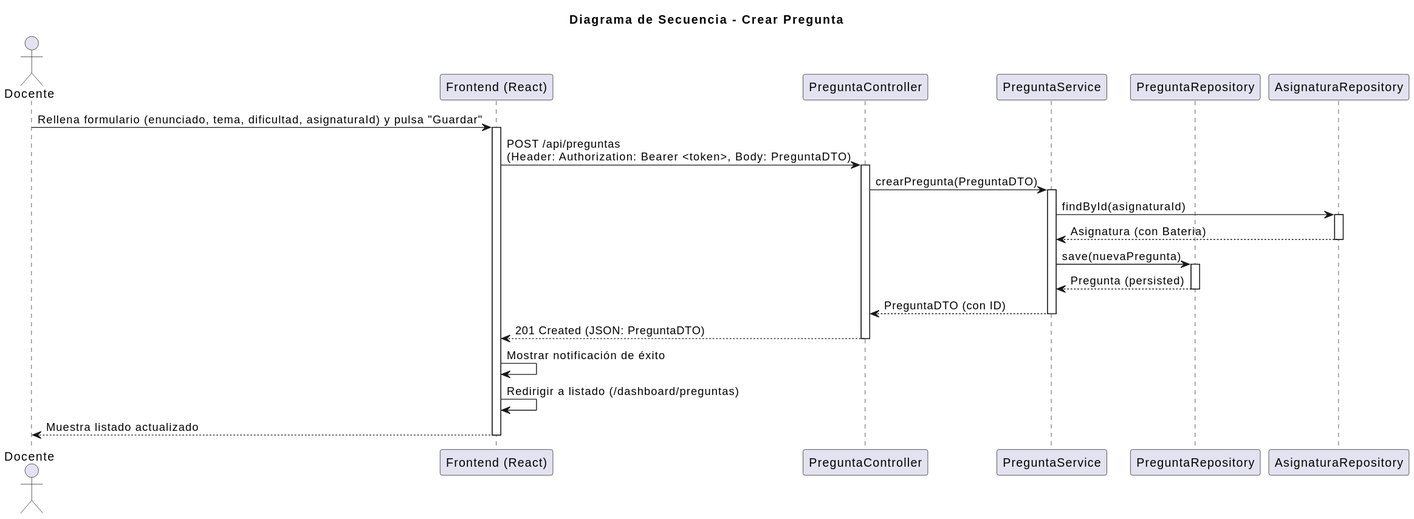
Pareyor/25-26-idsw2-sdVC keeps this PlantUML diagram as images/diseño/crearPregunta/crearPregunta.svg. Above is the earlier version. The source it was exported from:
```plantuml
@startuml
title Diagrama de Secuencia - Crear Pregunta

actor "Docente" as Actor
participant "Frontend (React)" as FE
participant "PreguntaController" as Controller
participant "PreguntaService" as Service
participant "PreguntaRepository" as Repo
participant "AsignaturaRepository" as AsignaturaRepo

Actor -> FE: Rellena formulario (enunciado, tema, dificultad, asignaturaId) y pulsa "Guardar"
activate FE

FE -> Controller: POST /api/preguntas\n(Header: Authorization: Bearer <token>, Body: PreguntaDTO)
activate Controller

Controller -> Service: crearPregunta(PreguntaDTO)
activate Service

Service -> AsignaturaRepo: findById(asignaturaId)
activate AsignaturaRepo
AsignaturaRepo --> Service: Asignatura (con Bateria)
deactivate AsignaturaRepo

Service -> Repo: save(nuevaPregunta)
activate Repo
Repo --> Service: Pregunta (persisted)
deactivate Repo

Service --> Controller: PreguntaDTO (con ID)
deactivate Service

Controller --> FE: 201 Created (JSON: PreguntaDTO)
deactivate Controller

FE -> FE: Mostrar notificación de éxito
FE -> FE: Redirigir a listado (/dashboard/preguntas)
FE --> Actor: Muestra listado actualizado
deactivate FE
@enduml
```
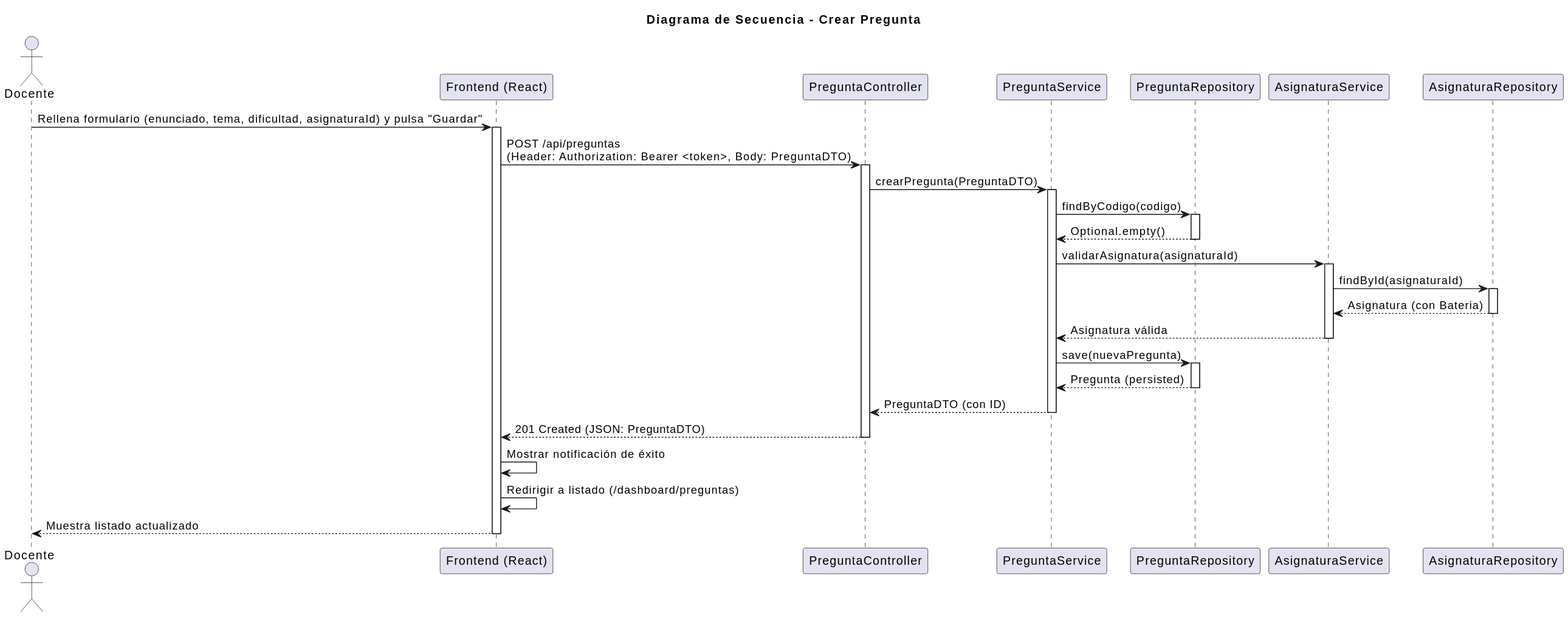
After the commit.

Commit message:
fix: Corrige crearPregunta para añadir AsignaturaService antes de AsignaturaRepository

Diff of the diagram source:
```diff
@@ -6,7 +6,8 @@
 participant "PreguntaController" as Controller
 participant "PreguntaService" as Service
 participant "PreguntaRepository" as Repo
-participant "AsignaturaRepository" as AsignaturaRepo
+participant "AsignaturaService" as AsigService
+participant "AsignaturaRepository" as AsigRepo
 
 Actor -> FE: Rellena formulario (enunciado, tema, dificultad, asignaturaId) y pulsa "Guardar"
 activate FE
@@ -17,10 +18,19 @@
 Controller -> Service: crearPregunta(PreguntaDTO)
 activate Service
 
-Service -> AsignaturaRepo: findById(asignaturaId)
-activate AsignaturaRepo
-AsignaturaRepo --> Service: Asignatura (con Bateria)
-deactivate AsignaturaRepo
+Service -> Repo: findByCodigo(codigo)
+activate Repo
+Repo --> Service: Optional.empty()
+deactivate Repo
+
+Service -> AsigService: validarAsignatura(asignaturaId)
+activate AsigService
+AsigService -> AsigRepo: findById(asignaturaId)
+activate AsigRepo
+AsigRepo --> AsigService: Asignatura (con Bateria)
+deactivate AsigRepo
+AsigService --> Service: Asignatura válida
+deactivate AsigService
 
 Service -> Repo: save(nuevaPregunta)
 activate Repo
```
